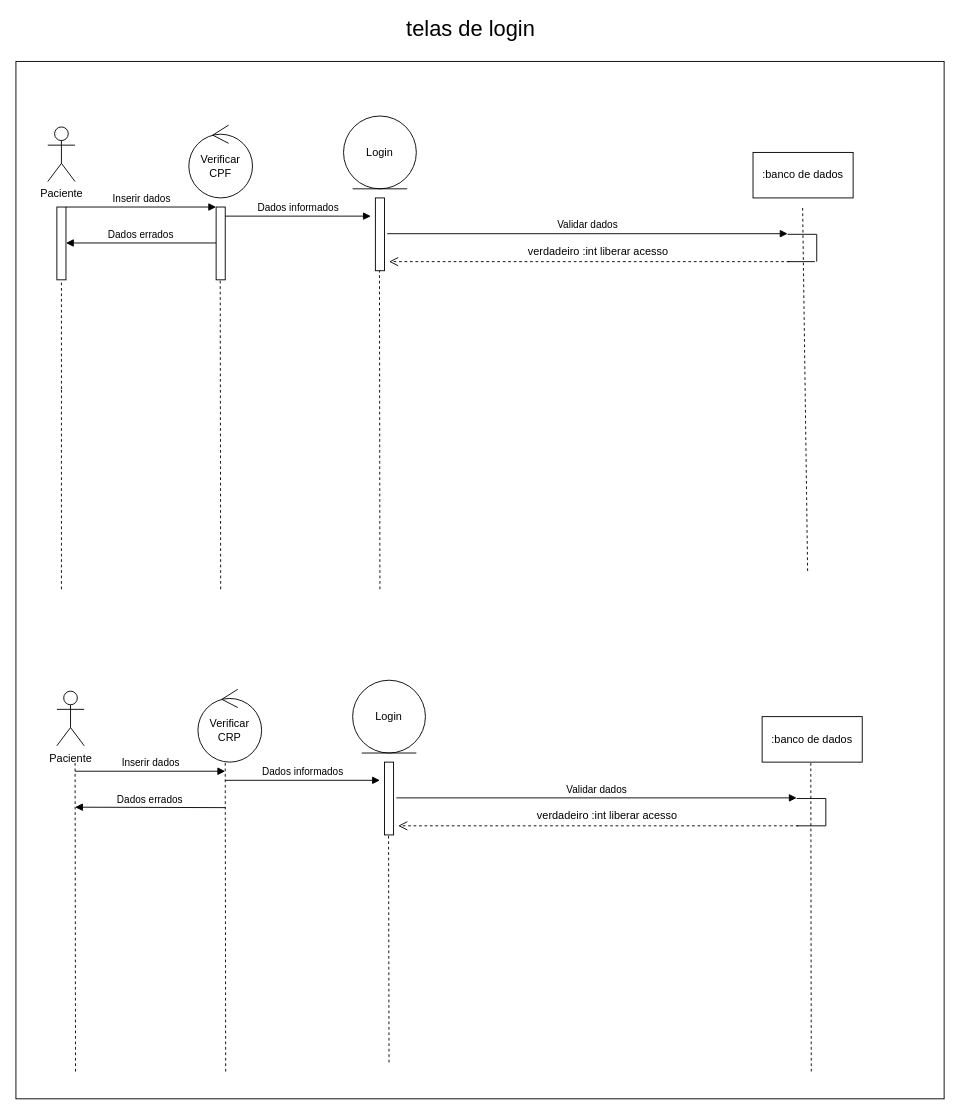
Above: login_dds.drawio in Patadaoikkk/uml (draw.io), before the change. Source tidied: cells renumbered, new cells numbered last; positions are measured from the earlier drawing's top-left corner, leaving out a move shared by most shapes. Both pictures are drawn from the tidied source at 91%, with x=0, y=0 at pixel (15, 15).
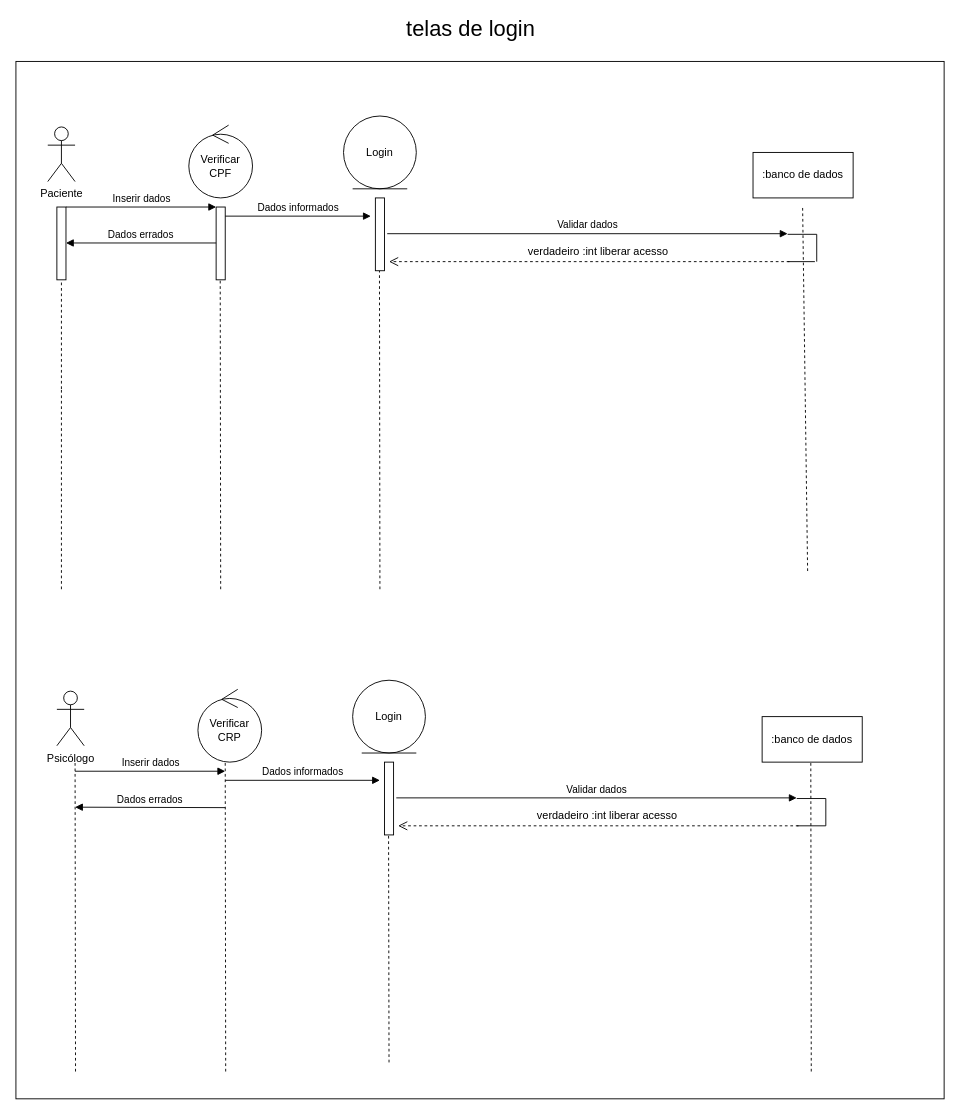
The same page after the edit.

Diff of the diagram source:
```diff
@@
-    <mxCell id="25" value="Paciente" style="shape=umlActor;verticalLabelPosition=bottom;verticalAlign=top;html=1;" parent="1" vertex="1">
+    <mxCell id="25" value="Psicólogo" style="shape=umlActor;verticalLabelPosition=bottom;verticalAlign=top;html=1;" parent="1" vertex="1">
       <mxGeometry x="45" y="742" width="30" height="60" as="geometry" />
     </mxCell>
```
